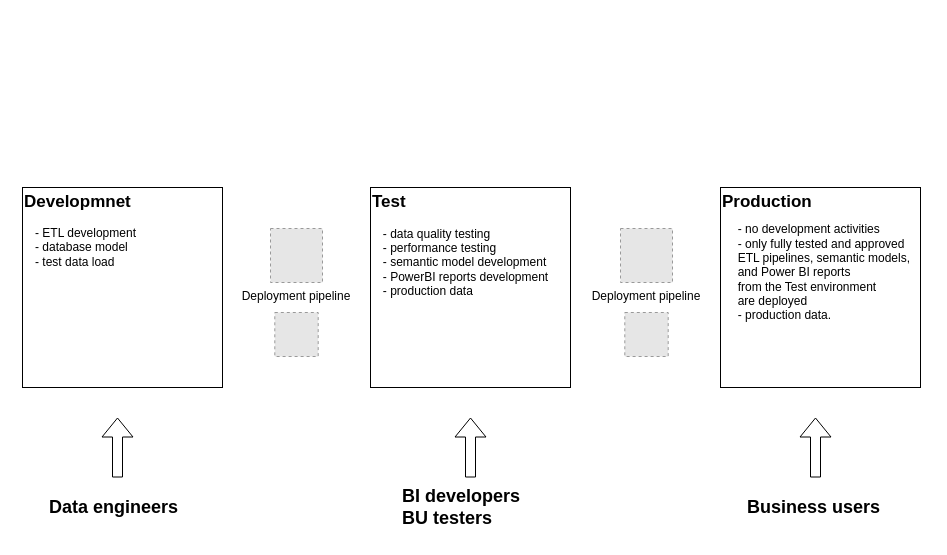
The draw.io diagram page "Enwironments" (2 of 2) of PWTC_architecture.drawio in lhlavac/Architecture, before the edit. Source tidied: cells renumbered, new cells numbered last; positions are measured from the earlier drawing's top-left corner, leaving out a move shared by most shapes. Both pictures are drawn from the tidied source at 100%, with x=0, y=0 at pixel (20, 187). Pictures stored in the file or linked from it are replaced by grey dashed boxes.
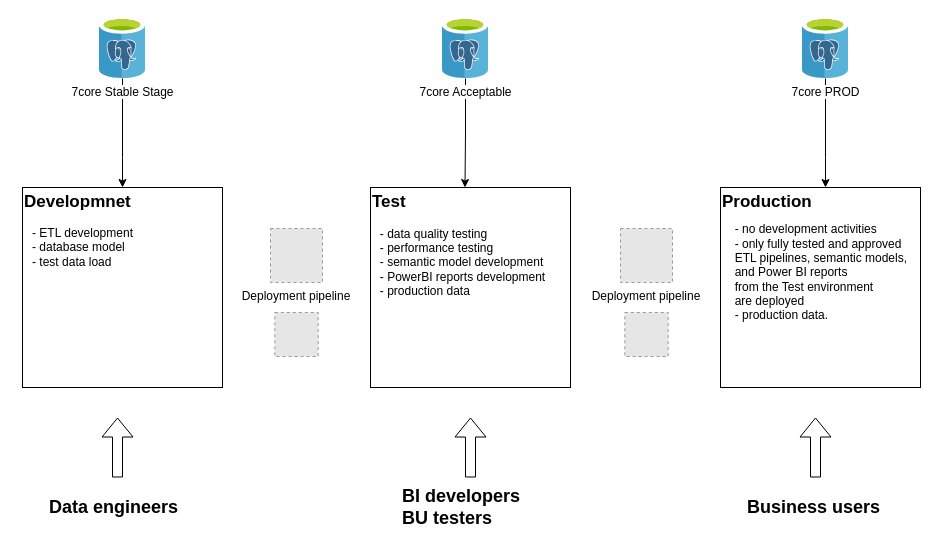
The same diagram, later.

Unchanged cells that the change refers to:
```xml
<mxCell id="3" value="Developmnet" style="text;strokeColor=none;align=left;fillColor=none;html=1;verticalAlign=middle;whiteSpace=wrap;rounded=0;fontSize=17;fontStyle=1;" parent="1" vertex="1">
  <mxGeometry x="2" width="126" height="30" as="geometry" />
</mxCell>
<mxCell id="8" value="Test" style="text;strokeColor=none;align=left;fillColor=none;html=1;verticalAlign=middle;whiteSpace=wrap;rounded=0;fontSize=17;fontStyle=1;" parent="1" vertex="1">
  <mxGeometry x="350" width="126" height="30" as="geometry" />
</mxCell>
<mxCell id="13" value="Production" style="text;strokeColor=none;align=left;fillColor=none;html=1;verticalAlign=middle;whiteSpace=wrap;rounded=0;fontSize=17;fontStyle=1;" parent="1" vertex="1">
  <mxGeometry x="700" width="126" height="30" as="geometry" />
</mxCell>
```

Diff of the diagram source:
```diff
@@
     <mxCell id="5" value="&lt;div&gt;- ETL development&lt;/div&gt;&lt;div align=&quot;left&quot;&gt;- database model&lt;/div&gt;&lt;div align=&quot;left&quot;&gt;- test data load&lt;br&gt;&lt;/div&gt;" style="text;html=1;align=center;verticalAlign=middle;strokeColor=none;fillColor=none;" parent="1" vertex="1">
-      <mxGeometry y="30" width="130" height="60" as="geometry" />
+      <mxGeometry x="-3" y="30" width="130" height="60" as="geometry" />
     </mxCell>
@@
     <mxCell id="10" value="&lt;div align=&quot;left&quot;&gt;- data quality testing&lt;/div&gt;&lt;div align=&quot;left&quot;&gt;- performance testing&lt;br&gt;&lt;/div&gt;&lt;div align=&quot;left&quot;&gt;- semantic model development&lt;br&gt;&lt;/div&gt;&lt;div align=&quot;left&quot;&gt;- PowerBI reports development&lt;/div&gt;&lt;div align=&quot;left&quot;&gt;- production data&lt;br&gt;&lt;/div&gt;" style="text;html=1;align=center;verticalAlign=middle;strokeColor=none;fillColor=none;" parent="1" vertex="1">
-      <mxGeometry x="350" y="30" width="190" height="90" as="geometry" />
+      <mxGeometry x="347" y="30" width="190" height="90" as="geometry" />
     </mxCell>
@@
     <mxCell id="15" value="&lt;div align=&quot;left&quot;&gt;- no development activities&lt;/div&gt;&lt;div align=&quot;left&quot;&gt;- only fully tested and approved&amp;nbsp;&lt;/div&gt;&lt;div align=&quot;left&quot;&gt;ETL pipelines, semantic models,&amp;nbsp;&lt;/div&gt;&lt;div align=&quot;left&quot;&gt;and Power BI reports&amp;nbsp;&lt;/div&gt;&lt;div align=&quot;left&quot;&gt;from the Test environment&amp;nbsp;&lt;/div&gt;&lt;div align=&quot;left&quot;&gt;are deployed&lt;/div&gt;&lt;div align=&quot;left&quot;&gt;- production data.&lt;/div&gt;" style="text;html=1;align=center;verticalAlign=middle;strokeColor=none;fillColor=none;" parent="1" vertex="1">
-      <mxGeometry x="700" y="30" width="210" height="110" as="geometry" />
+      <mxGeometry x="697" y="30" width="210" height="110" as="geometry" />
     </mxCell>
@@
+    <mxCell id="21" style="edgeStyle=orthogonalEdgeStyle;rounded=0;jettySize=auto;html=1;" parent="1" edge="1" source="22" target="3">
+      <mxGeometry relative="1" as="geometry">
+        <Array as="points">
+          <mxPoint x="102" y="-30" />
+          <mxPoint x="102" y="-30" />
+        </Array>
+      </mxGeometry>
+    </mxCell>
+    <mxCell id="22" value="&lt;div&gt;7core Stable Stage&lt;/div&gt;" style="image;sketch=0;html=1;points=[];align=center;fontSize=12;image=img/lib/mscae/Azure_Database_for_PostgreSQL_servers.svg;" parent="1" vertex="1">
+      <mxGeometry x="78.8" y="-170" width="46.4" height="61" as="geometry" />
+    </mxCell>
+    <mxCell id="23" style="edgeStyle=orthogonalEdgeStyle;rounded=0;jettySize=auto;html=1;entryX=0.75;entryY=0;entryDx=0;entryDy=0;" parent="1" edge="1" source="24" target="8">
+      <mxGeometry relative="1" as="geometry" />
+    </mxCell>
+    <mxCell id="24" value="7core Acceptable" style="image;sketch=0;html=1;points=[];align=center;fontSize=12;image=img/lib/mscae/Azure_Database_for_PostgreSQL_servers.svg;" parent="1" vertex="1">
+      <mxGeometry x="421.8" y="-170" width="46.4" height="61" as="geometry" />
+    </mxCell>
+    <mxCell id="25" style="edgeStyle=orthogonalEdgeStyle;rounded=0;jettySize=auto;html=1;" parent="1" edge="1" source="26" target="13">
+      <mxGeometry relative="1" as="geometry">
+        <Array as="points">
+          <mxPoint x="805" y="-30" />
+          <mxPoint x="805" y="-30" />
+        </Array>
+      </mxGeometry>
+    </mxCell>
+    <mxCell id="26" value="7core PROD" style="image;sketch=0;html=1;points=[];align=center;fontSize=12;image=img/lib/mscae/Azure_Database_for_PostgreSQL_servers.svg;" parent="1" vertex="1">
+      <mxGeometry x="781.8" y="-170" width="46.4" height="61" as="geometry" />
+    </mxCell>
```
